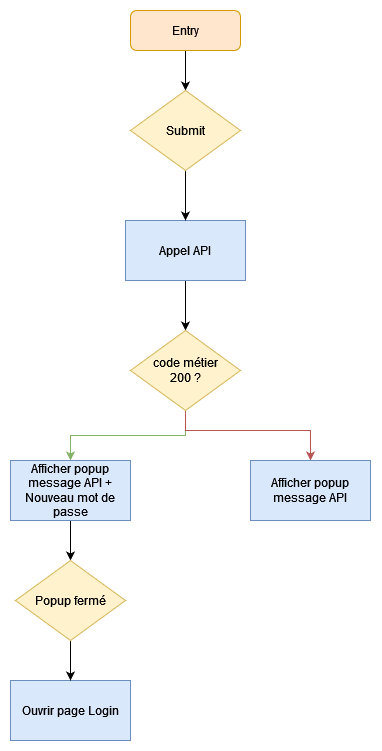
Before: docs/android/tp/compose/img/tp_diagram_resetpassword.png, a diagram exported from draw.io (Chocolaterie/documentation). Source tidied: cells renumbered, new cells last; positions are measured from the earlier drawing's top-left corner, leaving out a move shared by most shapes. Its diagram source:
```xml
<mxGraphModel>
  <root>
    <mxCell id="0" />
    <mxCell id="1" parent="0" />
    <mxCell id="2" style="edgeStyle=orthogonalEdgeStyle;rounded=0;jettySize=auto;html=1;" parent="1" edge="1" source="3" target="16">
      <mxGeometry relative="1" as="geometry" />
    </mxCell>
    <mxCell id="3" value="Entry" style="rounded=1;whiteSpace=wrap;html=1;fillColor=#ffe6cc;strokeColor=#d79b00;" parent="1" vertex="1">
      <mxGeometry x="120" width="110" height="40" as="geometry" />
    </mxCell>
    <mxCell id="4" style="edgeStyle=orthogonalEdgeStyle;rounded=0;jettySize=auto;html=1;" parent="1" edge="1" source="5" target="8">
      <mxGeometry relative="1" as="geometry" />
    </mxCell>
    <mxCell id="5" value="Appel API" style="rounded=0;whiteSpace=wrap;html=1;fillColor=#dae8fc;strokeColor=#6c8ebf;" parent="1" vertex="1">
      <mxGeometry x="115" y="210" width="120" height="60" as="geometry" />
    </mxCell>
    <mxCell id="6" style="edgeStyle=orthogonalEdgeStyle;rounded=0;jettySize=auto;html=1;fillColor=#d5e8d4;strokeColor=#82b366;" parent="1" edge="1" source="8" target="10">
      <mxGeometry relative="1" as="geometry" />
    </mxCell>
    <mxCell id="7" style="edgeStyle=orthogonalEdgeStyle;rounded=0;jettySize=auto;html=1;entryX=0.5;entryY=0;entryDx=0;entryDy=0;fillColor=#f8cecc;strokeColor=#b85450;" parent="1" edge="1" source="8" target="14">
      <mxGeometry relative="1" as="geometry">
        <Array as="points">
          <mxPoint x="175" y="420" />
          <mxPoint x="300" y="420" />
        </Array>
      </mxGeometry>
    </mxCell>
    <mxCell id="8" value="&lt;div&gt;code métier&lt;/div&gt;&lt;div&gt;200 ?&lt;/div&gt;" style="rhombus;whiteSpace=wrap;html=1;fillColor=#fff2cc;strokeColor=#d6b656;" parent="1" vertex="1">
      <mxGeometry x="120" y="320" width="110" height="80" as="geometry" />
    </mxCell>
    <mxCell id="9" style="edgeStyle=orthogonalEdgeStyle;rounded=0;jettySize=auto;html=1;" parent="1" edge="1" source="10" target="13">
      <mxGeometry relative="1" as="geometry" />
    </mxCell>
    <mxCell id="10" value="Afficher popup message API + Nouveau mot de passe" style="rounded=0;whiteSpace=wrap;html=1;fillColor=#dae8fc;strokeColor=#6c8ebf;" parent="1" vertex="1">
      <mxGeometry y="450" width="120" height="60" as="geometry" />
    </mxCell>
    <mxCell id="11" value="Ouvrir page Login" style="rounded=0;whiteSpace=wrap;html=1;fillColor=#dae8fc;strokeColor=#6c8ebf;" parent="1" vertex="1">
      <mxGeometry y="670" width="120" height="60" as="geometry" />
    </mxCell>
    <mxCell id="12" style="edgeStyle=orthogonalEdgeStyle;rounded=0;jettySize=auto;html=1;" parent="1" edge="1" source="13" target="11">
      <mxGeometry relative="1" as="geometry" />
    </mxCell>
    <mxCell id="13" value="Popup fermé" style="rhombus;whiteSpace=wrap;html=1;fillColor=#fff2cc;strokeColor=#d6b656;" parent="1" vertex="1">
      <mxGeometry x="5" y="550" width="110" height="80" as="geometry" />
    </mxCell>
    <mxCell id="14" value="Afficher popup message API" style="rounded=0;whiteSpace=wrap;html=1;fillColor=#dae8fc;strokeColor=#6c8ebf;" parent="1" vertex="1">
      <mxGeometry x="240" y="450" width="120" height="60" as="geometry" />
    </mxCell>
    <mxCell id="15" style="edgeStyle=orthogonalEdgeStyle;rounded=0;jettySize=auto;html=1;" parent="1" edge="1" source="16" target="5">
      <mxGeometry relative="1" as="geometry" />
    </mxCell>
    <mxCell id="16" value="Submit" style="rhombus;whiteSpace=wrap;html=1;fillColor=#fff2cc;strokeColor=#d6b656;" parent="1" vertex="1">
      <mxGeometry x="120" y="80" width="110" height="80" as="geometry" />
    </mxCell>
  </root>
</mxGraphModel>
```
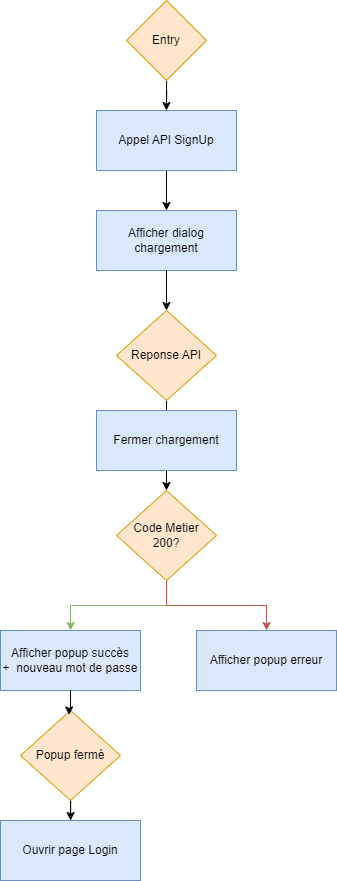
After the change.

Diff of the diagram source:
```diff
@@ -2,55 +2,59 @@
   <root>
     <mxCell id="0" />
     <mxCell id="1" parent="0" />
-    <mxCell id="2" style="edgeStyle=orthogonalEdgeStyle;rounded=0;jettySize=auto;html=1;" parent="1" edge="1" source="3" target="16">
-      <mxGeometry relative="1" as="geometry" />
-    </mxCell>
+    <mxCell id="17" style="edgeStyle=orthogonalEdgeStyle;rounded=0;jettySize=auto;html=1;fillColor=#d5e8d4;strokeColor=#82b366;" parent="1" edge="1" source="19" target="25">
+      <mxGeometry relative="1" as="geometry" />
+    </mxCell>
+    <mxCell id="18" style="edgeStyle=orthogonalEdgeStyle;rounded=0;jettySize=auto;html=1;fillColor=#f8cecc;strokeColor=#b85450;" parent="1" edge="1" source="19" target="30">
+      <mxGeometry relative="1" as="geometry" />
+    </mxCell>
+    <mxCell id="19" value="Code Metier&lt;div&gt;200?&lt;/div&gt;" style="rhombus;whiteSpace=wrap;html=1;fillColor=#ffe6cc;strokeColor=#d79b00;" parent="1" vertex="1">
+      <mxGeometry x="66" y="470" width="100" height="90" as="geometry" />
+    </mxCell>
+    <mxCell id="20" style="edgeStyle=orthogonalEdgeStyle;rounded=0;jettySize=auto;html=1;entryX=0.5;entryY=0;entryDx=0;entryDy=0;" parent="1" edge="1" source="21" target="24">
+      <mxGeometry relative="1" as="geometry" />
+    </mxCell>
+    <mxCell id="21" value="Appel API SignUp" style="rounded=0;whiteSpace=wrap;html=1;fillColor=#dae8fc;strokeColor=#6c8ebf;" parent="1" vertex="1">
+      <mxGeometry x="46" y="90" width="140" height="60" as="geometry" />
+    </mxCell>
+    <mxCell id="22" style="edgeStyle=orthogonalEdgeStyle;rounded=0;jettySize=auto;html=1;entryX=0.5;entryY=0;entryDx=0;entryDy=0;" parent="1" edge="1" source="3" target="21">
+      <mxGeometry relative="1" as="geometry" />
+    </mxCell>
-    <mxCell id="3" value="Entry" style="rounded=1;whiteSpace=wrap;html=1;fillColor=#ffe6cc;strokeColor=#d79b00;" parent="1" vertex="1">
-      <mxGeometry x="120" width="110" height="40" as="geometry" />
+    <mxCell id="3" value="Entry" style="rhombus;whiteSpace=wrap;html=1;fillColor=#ffe6cc;strokeColor=#d79b00;" parent="1" vertex="1">
+      <mxGeometry x="76" y="-20" width="80" height="80" as="geometry" />
     </mxCell>
-    <mxCell id="4" style="edgeStyle=orthogonalEdgeStyle;rounded=0;jettySize=auto;html=1;" parent="1" edge="1" source="5" target="8">
-      <mxGeometry relative="1" as="geometry" />
-    </mxCell>
-    <mxCell id="5" value="Appel API" style="rounded=0;whiteSpace=wrap;html=1;fillColor=#dae8fc;strokeColor=#6c8ebf;" parent="1" vertex="1">
-      <mxGeometry x="115" y="210" width="120" height="60" as="geometry" />
-    </mxCell>
-    <mxCell id="6" style="edgeStyle=orthogonalEdgeStyle;rounded=0;jettySize=auto;html=1;fillColor=#d5e8d4;strokeColor=#82b366;" parent="1" edge="1" source="8" target="10">
-      <mxGeometry relative="1" as="geometry" />
-    </mxCell>
-    <mxCell id="7" style="edgeStyle=orthogonalEdgeStyle;rounded=0;jettySize=auto;html=1;entryX=0.5;entryY=0;entryDx=0;entryDy=0;fillColor=#f8cecc;strokeColor=#b85450;" parent="1" edge="1" source="8" target="14">
-      <mxGeometry relative="1" as="geometry">
-        <Array as="points">
-          <mxPoint x="175" y="420" />
-          <mxPoint x="300" y="420" />
-        </Array>
-      </mxGeometry>
-    </mxCell>
-    <mxCell id="8" value="&lt;div&gt;code métier&lt;/div&gt;&lt;div&gt;200 ?&lt;/div&gt;" style="rhombus;whiteSpace=wrap;html=1;fillColor=#fff2cc;strokeColor=#d6b656;" parent="1" vertex="1">
-      <mxGeometry x="120" y="320" width="110" height="80" as="geometry" />
-    </mxCell>
-    <mxCell id="9" style="edgeStyle=orthogonalEdgeStyle;rounded=0;jettySize=auto;html=1;" parent="1" edge="1" source="10" target="13">
-      <mxGeometry relative="1" as="geometry" />
-    </mxCell>
-    <mxCell id="10" value="Afficher popup message API + Nouveau mot de passe" style="rounded=0;whiteSpace=wrap;html=1;fillColor=#dae8fc;strokeColor=#6c8ebf;" parent="1" vertex="1">
-      <mxGeometry y="450" width="120" height="60" as="geometry" />
-    </mxCell>
-    <mxCell id="11" value="Ouvrir page Login" style="rounded=0;whiteSpace=wrap;html=1;fillColor=#dae8fc;strokeColor=#6c8ebf;" parent="1" vertex="1">
-      <mxGeometry y="670" width="120" height="60" as="geometry" />
-    </mxCell>
+    <mxCell id="23" style="edgeStyle=orthogonalEdgeStyle;rounded=0;jettySize=auto;html=1;entryX=0.5;entryY=0;entryDx=0;entryDy=0;" parent="1" edge="1" source="29" target="19">
+      <mxGeometry relative="1" as="geometry" />
+    </mxCell>
+    <mxCell id="24" value="Afficher dialog chargement" style="rounded=0;whiteSpace=wrap;html=1;fillColor=#dae8fc;strokeColor=#6c8ebf;" parent="1" vertex="1">
+      <mxGeometry x="46" y="190" width="140" height="60" as="geometry" />
+    </mxCell>
+    <mxCell id="25" value="Afficher popup succès&lt;div&gt;+&amp;nbsp; nouveau mot de passe&lt;/div&gt;" style="rounded=0;whiteSpace=wrap;html=1;fillColor=#dae8fc;strokeColor=#6c8ebf;" parent="1" vertex="1">
+      <mxGeometry x="-50" y="610" width="140" height="60" as="geometry" />
+    </mxCell>
     <mxCell id="12" style="edgeStyle=orthogonalEdgeStyle;rounded=0;jettySize=auto;html=1;" parent="1" edge="1" source="13" target="11">
       <mxGeometry relative="1" as="geometry" />
     </mxCell>
-    <mxCell id="13" value="Popup fermé" style="rhombus;whiteSpace=wrap;html=1;fillColor=#fff2cc;strokeColor=#d6b656;" parent="1" vertex="1">
-      <mxGeometry x="5" y="550" width="110" height="80" as="geometry" />
+    <mxCell id="13" value="Popup fermé" style="rhombus;whiteSpace=wrap;html=1;fillColor=#ffe6cc;strokeColor=#d79b00;" parent="1" vertex="1">
+      <mxGeometry x="-30" y="690" width="100" height="90" as="geometry" />
     </mxCell>
-    <mxCell id="14" value="Afficher popup message API" style="rounded=0;whiteSpace=wrap;html=1;fillColor=#dae8fc;strokeColor=#6c8ebf;" parent="1" vertex="1">
-      <mxGeometry x="240" y="450" width="120" height="60" as="geometry" />
-    </mxCell>
-    <mxCell id="15" style="edgeStyle=orthogonalEdgeStyle;rounded=0;jettySize=auto;html=1;" parent="1" edge="1" source="16" target="5">
-      <mxGeometry relative="1" as="geometry" />
-    </mxCell>
-    <mxCell id="16" value="Submit" style="rhombus;whiteSpace=wrap;html=1;fillColor=#fff2cc;strokeColor=#d6b656;" parent="1" vertex="1">
-      <mxGeometry x="120" y="80" width="110" height="80" as="geometry" />
-    </mxCell>
+    <mxCell id="11" value="Ouvrir page Login" style="rounded=0;whiteSpace=wrap;html=1;fillColor=#dae8fc;strokeColor=#6c8ebf;" parent="1" vertex="1">
+      <mxGeometry x="-50" y="800" width="140" height="60" as="geometry" />
+    </mxCell>
+    <mxCell id="26" style="edgeStyle=orthogonalEdgeStyle;rounded=0;jettySize=auto;html=1;entryX=0.487;entryY=0.049;entryDx=0;entryDy=0;entryPerimeter=0;" parent="1" edge="1" source="25" target="13">
+      <mxGeometry relative="1" as="geometry" />
+    </mxCell>
+    <mxCell id="27" value="Fermer chargement" style="rounded=0;whiteSpace=wrap;html=1;fillColor=#dae8fc;strokeColor=#6c8ebf;" parent="1" vertex="1">
+      <mxGeometry x="46" y="390" width="140" height="60" as="geometry" />
+    </mxCell>
+    <mxCell id="28" style="edgeStyle=orthogonalEdgeStyle;rounded=0;jettySize=auto;html=1;entryX=0.5;entryY=0;entryDx=0;entryDy=0;" parent="1" edge="1" source="24" target="29">
+      <mxGeometry relative="1" as="geometry" />
+    </mxCell>
+    <mxCell id="29" value="Reponse API" style="rhombus;whiteSpace=wrap;html=1;fillColor=#ffe6cc;strokeColor=#d79b00;" parent="1" vertex="1">
+      <mxGeometry x="66" y="290" width="100" height="90" as="geometry" />
+    </mxCell>
+    <mxCell id="30" value="Afficher popup erreur" style="rounded=0;whiteSpace=wrap;html=1;fillColor=#dae8fc;strokeColor=#6c8ebf;" parent="1" vertex="1">
+      <mxGeometry x="146" y="610" width="140" height="60" as="geometry" />
+    </mxCell>
   </root>
 </mxGraphModel>
```
